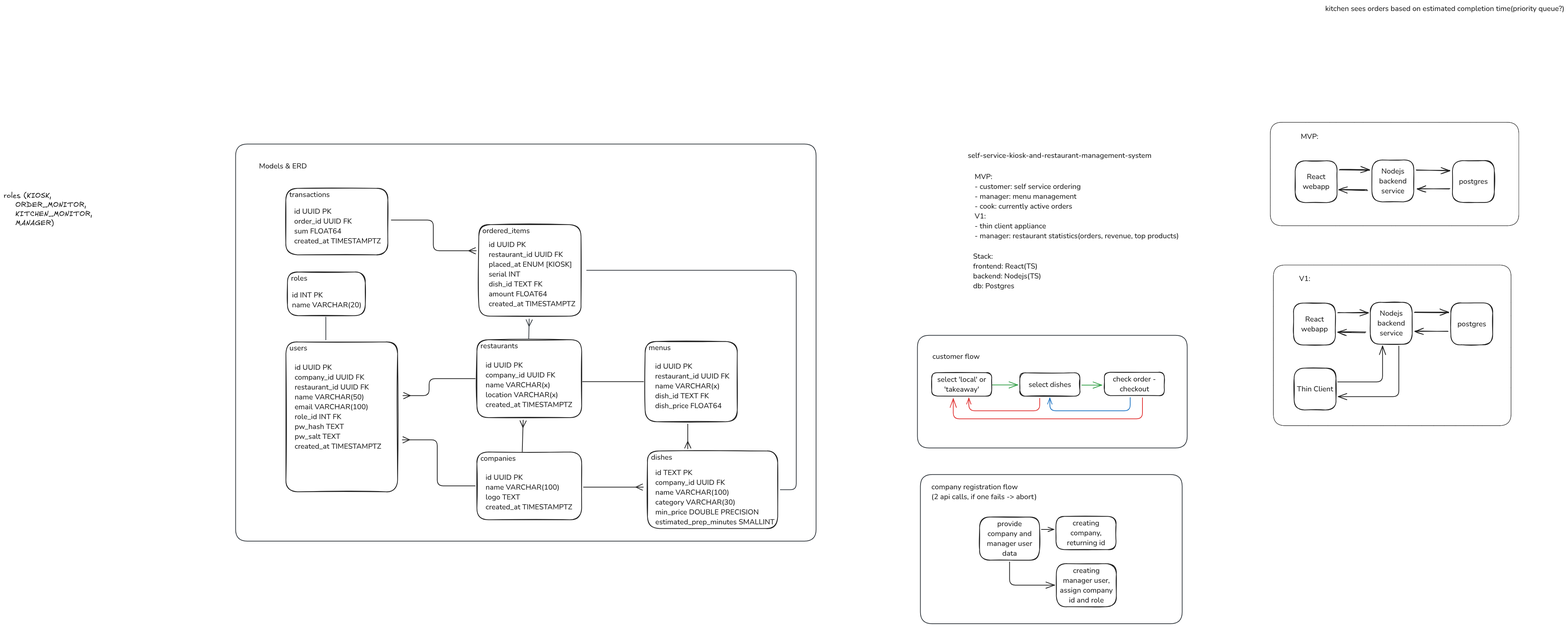
This is docs/system.excalidraw.png from mrtnstl/self-service-kiosk-and-restaurant-management-system, a Excalidraw export, as it was before one commit. Source tidied: one line per element, renumbered; positions are measured from the earlier drawing's top-left corner, leaving out a move shared by most shapes.
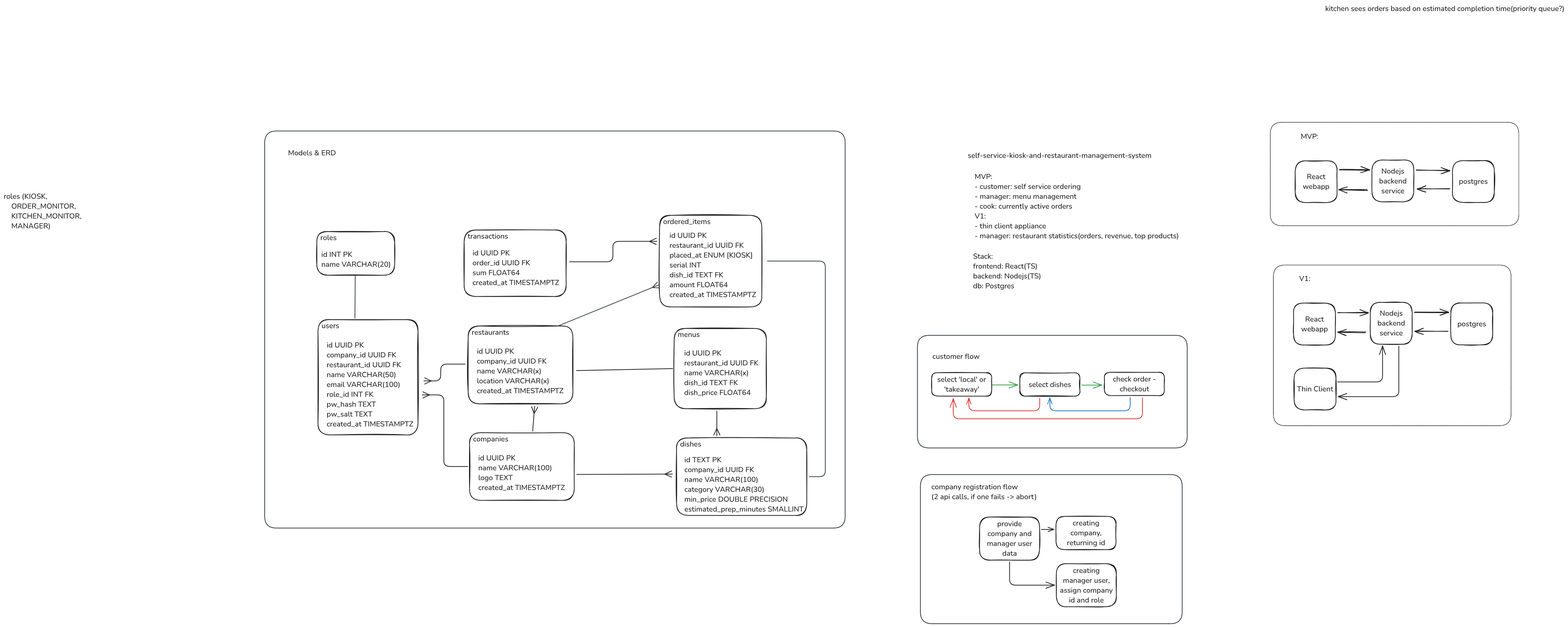
The same diagram one commit later.

Commit message:
update: system sketches

Diff of the diagram source:
```diff
@@ -43,43 +43,43 @@
 {"id": 42, "type": "arrow", "strokeColor": "#1971c2", "strokeWidth": 2, "roughness": 0, "endArrowhead": "arrow", "from": 37, "to": 35, "x": 3082, "y": 1078, "width": 220, "height": 36, "points": [[0, 0], [0, 36], [-220, 36], [-220, 1]]}
 {"id": 43, "type": "arrow", "strokeColor": "#e03131", "strokeWidth": 2, "roughness": 0, "endArrowhead": "arrow", "from": 37, "to": 33, "x": 3115, "y": 1079, "width": 518, "height": 57, "points": [[0, 0], [0, 57], [-518, 57], [-518, 3]]}
 {"id": 44, "type": "rectangle", "strokeColor": "#343a40", "strokeWidth": 2, "roughness": 0, "round": true, "x": 2499, "y": 908, "width": 738, "height": 308}
-{"id": 45, "type": "text", "text": "Models & ERD", "strokeColor": "#1e1e1e", "strokeWidth": 2, "roughness": 1, "fontSize": 20, "fontFamily": 6, "x": 698, "y": 431, "width": 131, "height": 27}
+{"id": 45, "type": "text", "text": "Models & ERD", "strokeColor": "#1e1e1e", "strokeWidth": 2, "roughness": 1, "fontSize": 20, "fontFamily": 6, "x": 778, "y": 395, "width": 131, "height": 27}
-{"id": 46, "type": "rectangle", "strokeColor": "#1e1e1e", "strokeWidth": 2, "roughness": 1, "round": true, "x": 1295, "y": 920, "width": 287, "height": 213}
+{"id": 46, "type": "rectangle", "strokeColor": "#1e1e1e", "strokeWidth": 2, "roughness": 1, "round": true, "x": 1271, "y": 882, "width": 287, "height": 213}
-{"id": 47, "type": "text", "text": "restaurants", "strokeColor": "#1e1e1e", "strokeWidth": 2, "roughness": 1, "fontSize": 20, "fontFamily": 6, "x": 1304, "y": 923, "width": 103, "height": 27}
+{"id": 47, "type": "text", "text": "restaurants", "strokeColor": "#1e1e1e", "strokeWidth": 2, "roughness": 1, "fontSize": 20, "fontFamily": 6, "x": 1280, "y": 885, "width": 103, "height": 27}
-{"id": 48, "type": "text", "text": "id UUID PK\ncompany_id UUID FK\nname VARCHAR(x)\nlocation VARCHAR(x)\ncreated_at TIMESTAMPTZ", "strokeColor": "#1e1e1e", "strokeWidth": 2, "roughness": 1, "fontSize": 20, "fontFamily": 6, "x": 1318, "y": 976, "width": 237, "height": 135}
+{"id": 48, "type": "text", "text": "id UUID PK\ncompany_id UUID FK\nname VARCHAR(x)\nlocation VARCHAR(x)\ncreated_at TIMESTAMPTZ", "strokeColor": "#1e1e1e", "strokeWidth": 2, "roughness": 1, "fontSize": 20, "fontFamily": 6, "x": 1294, "y": 938, "width": 237, "height": 135}
-{"id": 49, "type": "rectangle", "strokeColor": "#1e1e1e", "strokeWidth": 2, "roughness": 1, "round": true, "x": 1755, "y": 924, "width": 252, "height": 220}
+{"id": 49, "type": "rectangle", "strokeColor": "#1e1e1e", "strokeWidth": 2, "roughness": 1, "round": true, "x": 1834, "y": 889, "width": 252, "height": 220}
-{"id": 50, "type": "text", "text": "menus", "strokeColor": "#1e1e1e", "strokeWidth": 2, "roughness": 1, "fontSize": 20, "fontFamily": 6, "x": 1764, "y": 928, "width": 60, "height": 27}
+{"id": 50, "type": "text", "text": "menus", "strokeColor": "#1e1e1e", "strokeWidth": 2, "roughness": 1, "fontSize": 20, "fontFamily": 6, "x": 1844, "y": 892, "width": 60, "height": 27}
-{"id": 51, "type": "text", "text": "id UUID PK\nrestaurant_id UUID FK\nname VARCHAR(x)\ndish_id TEXT FK\ndish_price FLOAT64", "strokeColor": "#1e1e1e", "strokeWidth": 2, "roughness": 1, "fontSize": 20, "fontFamily": 6, "x": 1782, "y": 979, "width": 203, "height": 135}
+{"id": 51, "type": "text", "text": "id UUID PK\nrestaurant_id UUID FK\nname VARCHAR(x)\ndish_id TEXT FK\ndish_price FLOAT64", "strokeColor": "#1e1e1e", "strokeWidth": 2, "roughness": 1, "fontSize": 20, "fontFamily": 6, "x": 1861, "y": 943, "width": 203, "height": 135}
-{"id": 52, "type": "rectangle", "strokeColor": "#1e1e1e", "strokeWidth": 2, "roughness": 1, "round": true, "x": 1761, "y": 1224, "width": 356, "height": 212}
+{"id": 52, "type": "rectangle", "strokeColor": "#1e1e1e", "strokeWidth": 2, "roughness": 1, "round": true, "x": 1841, "y": 1189, "width": 356, "height": 212}
-{"id": 53, "type": "text", "text": "dishes", "strokeColor": "#1e1e1e", "strokeWidth": 2, "roughness": 1, "fontSize": 20, "fontFamily": 6, "x": 1771, "y": 1228, "width": 58, "height": 27}
+{"id": 53, "type": "text", "text": "dishes", "strokeColor": "#1e1e1e", "strokeWidth": 2, "roughness": 1, "fontSize": 20, "fontFamily": 6, "x": 1850, "y": 1192, "width": 58, "height": 27}
-{"id": 54, "type": "text", "text": "id TEXT PK\ncompany_id UUID FK\nname VARCHAR(100)\ncategory VARCHAR(30)\nmin_price DOUBLE PRECISION\nestimated_prep_minutes SMALLINT", "strokeColor": "#1e1e1e", "strokeWidth": 2, "roughness": 1, "fontSize": 20, "fontFamily": 6, "x": 1783, "y": 1270, "width": 326, "height": 162}
+{"id": 54, "type": "text", "text": "id TEXT PK\ncompany_id UUID FK\nname VARCHAR(100)\ncategory VARCHAR(30)\nmin_price DOUBLE PRECISION\nestimated_prep_minutes SMALLINT", "strokeColor": "#1e1e1e", "strokeWidth": 2, "roughness": 1, "fontSize": 20, "fontFamily": 6, "x": 1862, "y": 1235, "width": 326, "height": 162}
-{"id": 55, "type": "rectangle", "strokeColor": "#1e1e1e", "strokeWidth": 2, "roughness": 1, "round": true, "x": 1300, "y": 605, "width": 280, "height": 251}
+{"id": 55, "type": "rectangle", "strokeColor": "#1e1e1e", "strokeWidth": 2, "roughness": 1, "round": true, "x": 1794, "y": 579, "width": 280, "height": 251}
-{"id": 56, "type": "text", "text": "ordered_items", "strokeColor": "#1e1e1e", "strokeWidth": 2, "roughness": 1, "fontSize": 20, "fontFamily": 6, "x": 1309, "y": 608, "width": 130, "height": 27}
+{"id": 56, "type": "text", "text": "ordered_items", "strokeColor": "#1e1e1e", "strokeWidth": 2, "roughness": 1, "fontSize": 20, "fontFamily": 6, "x": 1804, "y": 583, "width": 130, "height": 27}
-{"id": 57, "type": "text", "text": "id UUID PK\nrestaurant_id UUID FK\nplaced_at ENUM [KIOSK]\nserial INT\ndish_id TEXT FK\namount FLOAT64\ncreated_at TIMESTAMPTZ", "strokeColor": "#1e1e1e", "strokeWidth": 2, "roughness": 1, "fontSize": 20, "fontFamily": 6, "x": 1327, "y": 646, "width": 237, "height": 189}
+{"id": 57, "type": "text", "text": "id UUID PK\nrestaurant_id UUID FK\nplaced_at ENUM [KIOSK]\nserial INT\ndish_id TEXT FK\namount FLOAT64\ncreated_at TIMESTAMPTZ", "strokeColor": "#1e1e1e", "strokeWidth": 2, "roughness": 1, "fontSize": 20, "fontFamily": 6, "x": 1821, "y": 621, "width": 237, "height": 189}
-{"id": 58, "type": "rectangle", "strokeColor": "#1e1e1e", "strokeWidth": 2, "roughness": 1, "round": true, "x": 772, "y": 505, "width": 279, "height": 182}
+{"id": 58, "type": "rectangle", "strokeColor": "#1e1e1e", "strokeWidth": 2, "roughness": 1, "round": true, "x": 1260, "y": 620, "width": 279, "height": 182}
-{"id": 59, "type": "text", "text": "transactions", "strokeColor": "#1e1e1e", "strokeWidth": 2, "roughness": 1, "fontSize": 20, "fontFamily": 6, "x": 782, "y": 509, "width": 110, "height": 27}
+{"id": 59, "type": "text", "text": "transactions", "strokeColor": "#1e1e1e", "strokeWidth": 2, "roughness": 1, "fontSize": 20, "fontFamily": 6, "x": 1269, "y": 623, "width": 110, "height": 27}
-{"id": 60, "type": "text", "text": "id UUID PK\norder_id UUID FK\nsum FLOAT64\ncreated_at TIMESTAMPTZ", "strokeColor": "#1e1e1e", "strokeWidth": 2, "roughness": 1, "fontSize": 20, "fontFamily": 6, "x": 795, "y": 555, "width": 237, "height": 108}
+{"id": 60, "type": "text", "text": "id UUID PK\norder_id UUID FK\nsum FLOAT64\ncreated_at TIMESTAMPTZ", "strokeColor": "#1e1e1e", "strokeWidth": 2, "roughness": 1, "fontSize": 20, "fontFamily": 6, "x": 1283, "y": 669, "width": 237, "height": 108}
-{"id": 61, "type": "rectangle", "strokeColor": "#1e1e1e", "strokeWidth": 2, "roughness": 1, "round": true, "x": 772, "y": 926, "width": 305, "height": 410}
+{"id": 61, "type": "rectangle", "strokeColor": "#1e1e1e", "strokeWidth": 2, "roughness": 1, "round": true, "x": 860, "y": 865, "width": 274, "height": 316}
-{"id": 62, "type": "text", "text": "users", "strokeColor": "#1e1e1e", "strokeWidth": 2, "roughness": 1, "fontSize": 20, "fontFamily": 6, "x": 782, "y": 929, "width": 48, "height": 27}
+{"id": 62, "type": "text", "text": "users", "strokeColor": "#1e1e1e", "strokeWidth": 2, "roughness": 1, "fontSize": 20, "fontFamily": 6, "x": 869, "y": 868, "width": 48, "height": 27}
-{"id": 63, "type": "text", "text": "id UUID PK\ncompany_id UUID FK\nrestaurant_id UUID FK\nname VARCHAR(50)\nemail VARCHAR(100)\nrole_id INT FK\npw_hash TEXT\npw_salt TEXT\ncreated_at TIMESTAMPTZ", "strokeColor": "#1e1e1e", "strokeWidth": 2, "roughness": 1, "fontSize": 20, "fontFamily": 6, "x": 796, "y": 982, "width": 237, "height": 243}
+{"id": 63, "type": "text", "text": "id UUID PK\ncompany_id UUID FK\nrestaurant_id UUID FK\nname VARCHAR(50)\nemail VARCHAR(100)\nrole_id INT FK\npw_hash TEXT\npw_salt TEXT\ncreated_at TIMESTAMPTZ", "strokeColor": "#1e1e1e", "strokeWidth": 2, "roughness": 1, "fontSize": 20, "fontFamily": 6, "x": 884, "y": 921, "width": 237, "height": 243}
-{"id": 64, "type": "arrow", "strokeColor": "#1e1e1e", "strokeWidth": 2, "roughness": 0, "round": true, "to": 51, "x": 1584, "y": 1035, "width": 166, "height": 0, "points": [[0, 0], [166, 0]]}
+{"id": 64, "type": "arrow", "strokeColor": "#1e1e1e", "strokeWidth": 2, "roughness": 0, "round": true, "from": 46, "to": 51, "x": 1567, "y": 1004, "width": 263, "height": 5, "points": [[0, 0], [263, -5]]}
-{"id": 65, "type": "rectangle", "strokeColor": "#1e1e1e", "strokeWidth": 2, "roughness": 1, "round": true, "x": 1295, "y": 1227, "width": 287, "height": 185}
+{"id": 65, "type": "rectangle", "strokeColor": "#1e1e1e", "strokeWidth": 2, "roughness": 1, "round": true, "x": 1274, "y": 1174, "width": 287, "height": 185}
-{"id": 66, "type": "text", "text": "companies", "strokeColor": "#1e1e1e", "strokeWidth": 2, "roughness": 1, "fontSize": 20, "fontFamily": 6, "x": 1304, "y": 1231, "width": 96, "height": 27}
+{"id": 66, "type": "text", "text": "companies", "strokeColor": "#1e1e1e", "strokeWidth": 2, "roughness": 1, "fontSize": 20, "fontFamily": 6, "x": 1284, "y": 1178, "width": 96, "height": 27}
-{"id": 67, "type": "text", "text": "id UUID PK\nname VARCHAR(100)\nlogo TEXT\ncreated_at TIMESTAMPTZ", "strokeColor": "#1e1e1e", "strokeWidth": 2, "roughness": 1, "fontSize": 20, "fontFamily": 6, "x": 1318, "y": 1283, "width": 237, "height": 108}
+{"id": 67, "type": "text", "text": "id UUID PK\nname VARCHAR(100)\nlogo TEXT\ncreated_at TIMESTAMPTZ", "strokeColor": "#1e1e1e", "strokeWidth": 2, "roughness": 1, "fontSize": 20, "fontFamily": 6, "x": 1298, "y": 1230, "width": 237, "height": 108}
-{"id": 68, "type": "arrow", "strokeColor": "#1e1e1e", "strokeWidth": 2, "roughness": 0, "endArrowhead": "crowfoot_many", "round": true, "to": 48, "x": 1419, "y": 1226, "width": 2, "height": 86, "points": [[0, 0], [2, -86]]}
+{"id": 68, "type": "arrow", "strokeColor": "#1e1e1e", "strokeWidth": 2, "roughness": 0, "endArrowhead": "crowfoot_many", "round": true, "from": 65, "to": 48, "x": 1447, "y": 1170, "width": 6, "height": 68, "points": [[0, 0], [6, -68]]}
-{"id": 69, "type": "arrow", "strokeColor": "#1e1e1e", "strokeWidth": 2, "roughness": 0, "endArrowhead": "crowfoot_many", "round": true, "x": 1586, "y": 1323, "width": 163, "height": 0, "points": [[0, 0], [163, 0]]}
+{"id": 69, "type": "arrow", "strokeColor": "#1e1e1e", "strokeWidth": 2, "roughness": 0, "endArrowhead": "crowfoot_many", "round": true, "from": 65, "to": 52, "x": 1568, "y": 1289, "width": 261, "height": 1, "points": [[0, 0], [261, -1]]}
-{"id": 70, "type": "arrow", "strokeColor": "#1e1e1e", "strokeWidth": 2, "roughness": 0, "endArrowhead": "crowfoot_many", "round": true, "x": 1871, "y": 1151, "width": 0, "height": 67, "points": [[0, 0], [0, 67]]}
+{"id": 70, "type": "arrow", "strokeColor": "#1e1e1e", "strokeWidth": 2, "roughness": 0, "endArrowhead": "crowfoot_many", "round": true, "x": 1951, "y": 1115, "width": 0, "height": 67, "points": [[0, 0], [0, 67]]}
-{"id": 71, "type": "arrow", "strokeColor": "#1e1e1e", "strokeWidth": 2, "roughness": 0, "endArrowhead": "crowfoot_many", "from": 58, "to": 55, "x": 1061, "y": 592, "width": 232, "height": 84, "points": [[0, 0], [115, 0], [115, 84], [232, 84]]}
+{"id": 71, "type": "arrow", "strokeColor": "#1e1e1e", "strokeWidth": 2, "roughness": 0, "endArrowhead": "crowfoot_many", "from": 58, "to": 55, "x": 1548, "y": 706, "width": 239, "height": 56, "points": [[0, 0], [118, 0], [118, -56], [239, -56]]}
-{"id": 72, "type": "arrow", "strokeColor": "#1e1e1e", "strokeWidth": 2, "roughness": 0, "endArrowhead": "crowfoot_many", "from": 46, "to": 63, "x": 1290, "y": 1026, "width": 197, "height": 46, "points": [[0, 0], [-126, 0], [-126, 46], [-197, 46]]}
+{"id": 72, "type": "arrow", "strokeColor": "#1e1e1e", "strokeWidth": 2, "roughness": 0, "endArrowhead": "crowfoot_many", "from": 46, "to": 63, "x": 1262, "y": 987, "width": 113, "height": 46, "points": [[0, 0], [-67, 0], [-67, 46], [-113, 46]]}
-{"id": 73, "type": "arrow", "strokeColor": "#1e1e1e", "strokeWidth": 2, "roughness": 0, "endArrowhead": "crowfoot_many", "from": 65, "to": 61, "x": 1290, "y": 1320, "width": 199, "height": 126, "points": [[0, 0], [-103, 0], [-103, -126], [-199, -126]]}
+{"id": 73, "type": "arrow", "strokeColor": "#1e1e1e", "strokeWidth": 2, "roughness": 0, "endArrowhead": "crowfoot_many", "from": 65, "to": 61, "x": 1269, "y": 1267, "width": 124, "height": 196, "points": [[0, 0], [-65, 0], [-65, -196], [-124, -196]]}
-{"id": 74, "type": "rectangle", "strokeColor": "#343a40", "strokeWidth": 2, "roughness": 0, "round": true, "x": 634, "y": 384, "width": 1588, "height": 1087}
+{"id": 74, "type": "rectangle", "strokeColor": "#343a40", "strokeWidth": 2, "roughness": 0, "round": true, "x": 714, "y": 349, "width": 1588, "height": 1087}
-{"id": 75, "type": "arrow", "strokeColor": "#343a40", "strokeWidth": 2, "roughness": 0, "endArrowhead": "crowfoot_many", "to": 57, "x": 1436, "y": 918, "width": 1, "height": 55, "points": [[0, 0], [1, -55]]}
+{"id": 75, "type": "arrow", "strokeColor": "#343a40", "strokeWidth": 2, "roughness": 0, "endArrowhead": "crowfoot_many", "to": 57, "x": 1516, "y": 882, "width": 277, "height": 113, "points": [[0, 0], [277, -113]]}
-{"id": 76, "type": "arrow", "strokeColor": "#343a40", "strokeWidth": 2, "roughness": 0, "from": 52, "to": 57, "x": 2125, "y": 1330, "width": 573, "height": 601, "points": [[0, 0], [43, 0], [43, -601], [-530, -601]]}
+{"id": 76, "type": "arrow", "strokeColor": "#343a40", "strokeWidth": 2, "roughness": 0, "from": 52, "to": 57, "x": 2204, "y": 1295, "width": 158, "height": 590, "points": [[0, 0], [43, 0], [43, -590], [-115, -590]]}
-{"id": 77, "type": "rectangle", "strokeColor": "#1e1e1e", "strokeWidth": 2, "roughness": 1, "round": true, "x": 776, "y": 734, "width": 213, "height": 120}
+{"id": 77, "type": "rectangle", "strokeColor": "#1e1e1e", "strokeWidth": 2, "roughness": 1, "round": true, "x": 857, "y": 624, "width": 213, "height": 120}
-{"id": 78, "type": "text", "text": "roles", "strokeColor": "#1e1e1e", "strokeWidth": 2, "roughness": 1, "fontSize": 20, "fontFamily": 6, "x": 786, "y": 738, "width": 45, "height": 27}
+{"id": 78, "type": "text", "text": "roles", "strokeColor": "#1e1e1e", "strokeWidth": 2, "roughness": 1, "fontSize": 20.0, "fontFamily": 6, "x": 866, "y": 627, "width": 45, "height": 27}
-{"id": 79, "type": "text", "text": "id INT PK\nname VARCHAR(20)", "strokeColor": "#1e1e1e", "strokeWidth": 2, "roughness": 1, "fontSize": 20, "fontFamily": 6, "x": 789, "y": 784, "width": 190, "height": 54}
+{"id": 79, "type": "text", "text": "id INT PK\nname VARCHAR(20)", "strokeColor": "#1e1e1e", "strokeWidth": 2, "roughness": 1, "fontSize": 20.0, "fontFamily": 6, "x": 869, "y": 673, "width": 190, "height": 54}
-{"id": 80, "type": "arrow", "strokeColor": "#343a40", "strokeWidth": 2, "roughness": 0, "from": 77, "to": 61, "x": 881, "y": 858, "width": 0, "height": 63, "points": [[0, 0], [0, 63]]}
+{"id": 80, "type": "arrow", "strokeColor": "#343a40", "strokeWidth": 2, "roughness": 0, "from": 77, "to": 61, "x": 962, "y": 745, "width": 1, "height": 115, "points": [[0, 0], [-1, 115]]}
-{"id": 81, "type": "text", "text": "roles (KIOSK, \n    ORDER_MONITOR, \n    KITCHEN_MONITOR, \n    MANAGER)", "strokeColor": "#1e1e1e", "strokeWidth": 2, "roughness": 1, "fontSize": 20, "fontFamily": 5, "x": 0, "y": 513, "width": 251, "height": 100}
+{"id": 81, "type": "text", "text": "roles (KIOSK, \n    ORDER_MONITOR, \n    KITCHEN_MONITOR, \n    MANAGER)", "strokeColor": "#1e1e1e", "strokeWidth": 2, "roughness": 1, "fontSize": 20, "fontFamily": 6, "x": 0, "y": 513, "width": 218, "height": 108}
 {"id": 82, "type": "text", "text": "company registration flow\n(2 api calls, if one fails -> abort)", "strokeColor": "#1e1e1e", "strokeWidth": 2, "roughness": 1, "fontSize": 20, "fontFamily": 6, "x": 2538, "y": 1309, "width": 288, "height": 54}
 {"id": 83, "type": "rectangle", "strokeColor": "#1e1e1e", "strokeWidth": 2, "roughness": 1, "round": true, "x": 2669, "y": 1405, "width": 164, "height": 118}
 {"id": 84, "type": "text", "text": "provide\ncompany and\nmanager user\ndata", "strokeColor": "#1e1e1e", "strokeWidth": 2, "roughness": 1, "fontSize": 20, "fontFamily": 6, "textAlign": "center", "verticalAlign": "middle", "inside": 83, "x": 2690, "y": 1410, "width": 124, "height": 108}
```
